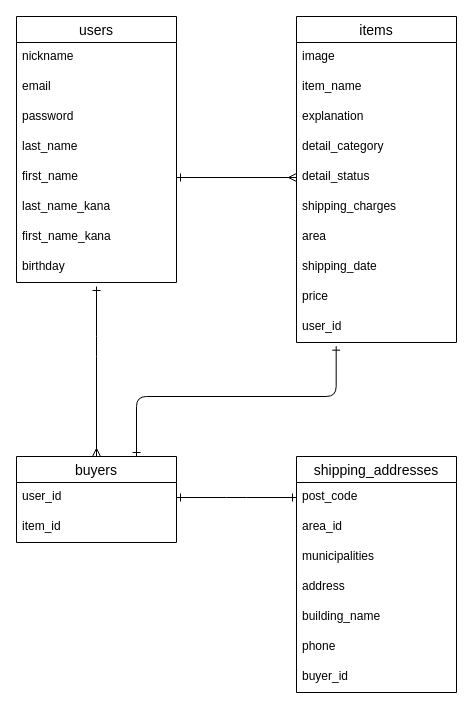
The draw.io diagram ER2.dio in rily53/furima-37507, before the edit. Source tidied: cells renumbered, new cells numbered last; positions are measured from the earlier drawing's top-left corner, leaving out a move shared by most shapes. Both pictures are drawn from the tidied source at 100%, with x=0, y=0 at pixel (16, 16).
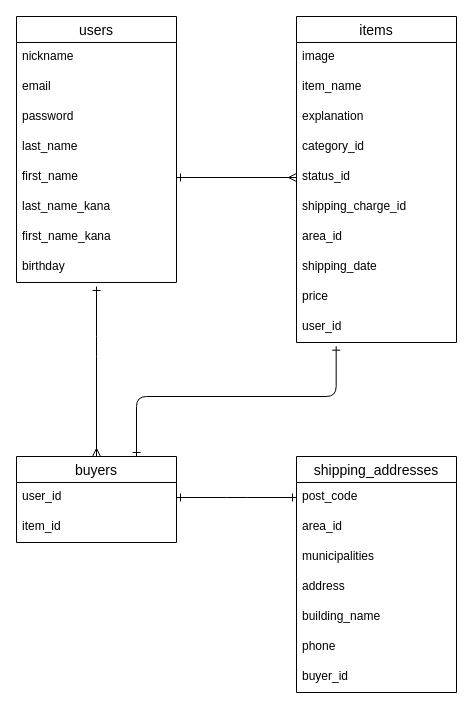
The same page after the edit.

Unchanged cells that the change refers to:
```xml
<mxCell id="11" value="items" style="swimlane;fontStyle=0;horizontal=1;startSize=26;align=center;fontSize=14;" parent="1" vertex="1">
  <mxGeometry x="280" width="160" height="326" as="geometry" />
</mxCell>
```

Diff of the diagram source:
```diff
@@
-    <mxCell id="15" value="detail_category" style="text;strokeColor=none;fillColor=none;spacingLeft=4;spacingRight=4;overflow=hidden;fontSize=12;" parent="11" vertex="1">
+    <mxCell id="15" value="category_id" style="text;strokeColor=none;fillColor=none;spacingLeft=4;spacingRight=4;overflow=hidden;fontSize=12;" parent="11" vertex="1">
       <mxGeometry y="116" width="160" height="30" as="geometry" />
     </mxCell>
-    <mxCell id="16" value="detail_status" style="text;strokeColor=none;fillColor=none;spacingLeft=4;spacingRight=4;overflow=hidden;fontSize=12;" parent="11" vertex="1">
+    <mxCell id="16" value="status_id" style="text;strokeColor=none;fillColor=none;spacingLeft=4;spacingRight=4;overflow=hidden;fontSize=12;" parent="11" vertex="1">
       <mxGeometry y="146" width="160" height="30" as="geometry" />
     </mxCell>
-    <mxCell id="17" value="shipping_charges" style="text;strokeColor=none;fillColor=none;spacingLeft=4;spacingRight=4;overflow=hidden;fontSize=12;" parent="11" vertex="1">
+    <mxCell id="17" value="shipping_charge_id" style="text;strokeColor=none;fillColor=none;spacingLeft=4;spacingRight=4;overflow=hidden;fontSize=12;" parent="11" vertex="1">
       <mxGeometry y="176" width="160" height="30" as="geometry" />
     </mxCell>
-    <mxCell id="18" value="area" style="text;strokeColor=none;fillColor=none;spacingLeft=4;spacingRight=4;overflow=hidden;fontSize=12;" parent="11" vertex="1">
+    <mxCell id="18" value="area_id" style="text;strokeColor=none;fillColor=none;spacingLeft=4;spacingRight=4;overflow=hidden;fontSize=12;" parent="11" vertex="1">
       <mxGeometry y="206" width="160" height="30" as="geometry" />
     </mxCell>
```
